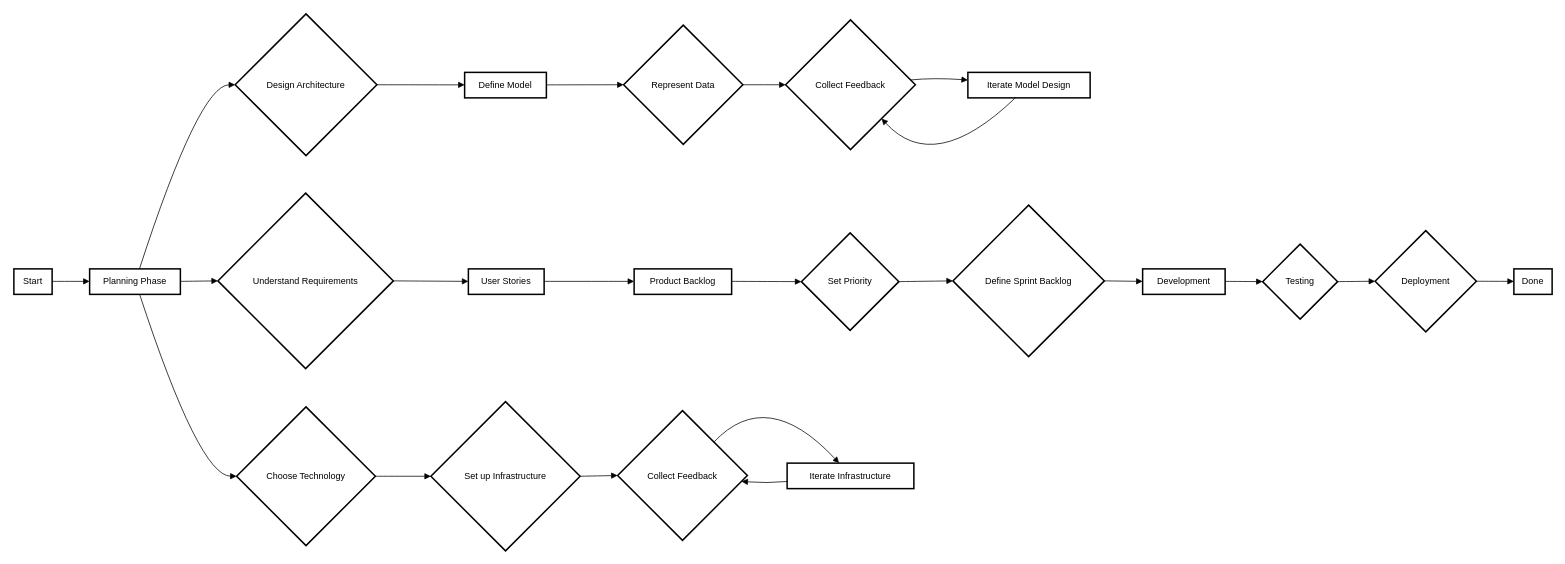
Before: Untitled Diagram.drawio in srvenu/Mini-Project, a draw.io diagram. Source tidied: cells renumbered, new cells numbered last; positions are measured from the earlier drawing's top-left corner, leaving out a move shared by most shapes. Both pictures are drawn from the tidied source at 75%, with x=0, y=0 at pixel (14, 14).
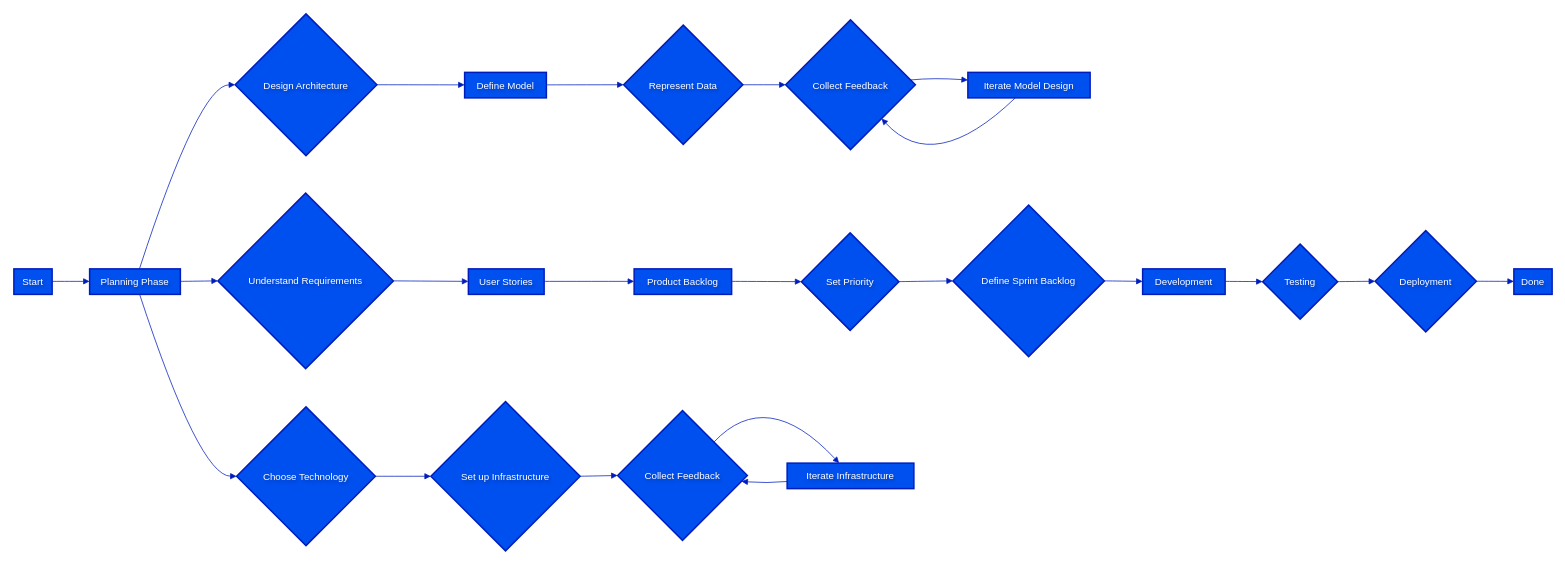
The same diagram, later.

The edit, as a diff of the source:
```diff
@@
-    <mxCell id="2" value="Start" style="whiteSpace=wrap;strokeWidth=2;" parent="1" vertex="1">
+    <mxCell id="2" value="Start" style="whiteSpace=wrap;strokeWidth=2;fillColor=#0050ef;strokeColor=#001DBC;fontColor=#ffffff;fontStyle=0;fontSize=13;textShadow=1;" parent="1" vertex="1">
       <mxGeometry y="340" width="51" height="34" as="geometry" />
     </mxCell>
-    <mxCell id="3" value="Planning Phase" style="whiteSpace=wrap;strokeWidth=2;" parent="1" vertex="1">
+    <mxCell id="3" value="Planning Phase" style="whiteSpace=wrap;strokeWidth=2;fillColor=#0050ef;strokeColor=#001DBC;fontColor=#ffffff;fontStyle=0;fontSize=13;textShadow=1;" parent="1" vertex="1">
       <mxGeometry x="101" y="340" width="121" height="34" as="geometry" />
     </mxCell>
-    <mxCell id="4" value="Understand Requirements" style="rhombus;strokeWidth=2;whiteSpace=wrap;" parent="1" vertex="1">
+    <mxCell id="4" value="Understand Requirements" style="rhombus;strokeWidth=2;whiteSpace=wrap;fillColor=#0050ef;strokeColor=#001DBC;fontColor=#ffffff;fontStyle=0;fontSize=13;textShadow=1;" parent="1" vertex="1">
       <mxGeometry x="272" y="239" width="234" height="234" as="geometry" />
     </mxCell>
-    <mxCell id="5" value="Design Architecture" style="rhombus;strokeWidth=2;whiteSpace=wrap;" parent="1" vertex="1">
+    <mxCell id="5" value="Design Architecture" style="rhombus;strokeWidth=2;whiteSpace=wrap;fillColor=#0050ef;strokeColor=#001DBC;fontColor=#ffffff;fontStyle=0;fontSize=13;textShadow=1;" parent="1" vertex="1">
       <mxGeometry x="295" width="189" height="189" as="geometry" />
     </mxCell>
-    <mxCell id="6" value="Choose Technology" style="rhombus;strokeWidth=2;whiteSpace=wrap;" parent="1" vertex="1">
+    <mxCell id="6" value="Choose Technology" style="rhombus;strokeWidth=2;whiteSpace=wrap;fillColor=#0050ef;strokeColor=#001DBC;fontColor=#ffffff;fontStyle=0;fontSize=13;textShadow=1;" parent="1" vertex="1">
       <mxGeometry x="297" y="524" width="185" height="185" as="geometry" />
     </mxCell>
-    <mxCell id="7" value="User Stories" style="whiteSpace=wrap;strokeWidth=2;" parent="1" vertex="1">
+    <mxCell id="7" value="User Stories" style="whiteSpace=wrap;strokeWidth=2;fillColor=#0050ef;strokeColor=#001DBC;fontColor=#ffffff;fontStyle=0;fontSize=13;textShadow=1;" parent="1" vertex="1">
       <mxGeometry x="606" y="340" width="101" height="34" as="geometry" />
     </mxCell>
-    <mxCell id="8" value="Product Backlog" style="whiteSpace=wrap;strokeWidth=2;" parent="1" vertex="1">
+    <mxCell id="8" value="Product Backlog" style="whiteSpace=wrap;strokeWidth=2;fillColor=#0050ef;strokeColor=#001DBC;fontColor=#ffffff;fontStyle=0;fontSize=13;textShadow=1;" parent="1" vertex="1">
       <mxGeometry x="827" y="340" width="130" height="34" as="geometry" />
     </mxCell>
-    <mxCell id="9" value="Set Priority" style="rhombus;strokeWidth=2;whiteSpace=wrap;" parent="1" vertex="1">
+    <mxCell id="9" value="Set Priority" style="rhombus;strokeWidth=2;whiteSpace=wrap;fillColor=#0050ef;strokeColor=#001DBC;fontColor=#ffffff;fontStyle=0;fontSize=13;textShadow=1;" parent="1" vertex="1">
       <mxGeometry x="1050" y="292" width="130" height="130" as="geometry" />
     </mxCell>
-    <mxCell id="10" value="Define Model" style="whiteSpace=wrap;strokeWidth=2;" parent="1" vertex="1">
+    <mxCell id="10" value="Define Model" style="whiteSpace=wrap;strokeWidth=2;fillColor=#0050ef;strokeColor=#001DBC;fontColor=#ffffff;fontStyle=0;fontSize=13;textShadow=1;" parent="1" vertex="1">
       <mxGeometry x="601" y="78" width="109" height="34" as="geometry" />
     </mxCell>
-    <mxCell id="11" value="Represent Data" style="rhombus;strokeWidth=2;whiteSpace=wrap;" parent="1" vertex="1">
+    <mxCell id="11" value="Represent Data" style="rhombus;strokeWidth=2;whiteSpace=wrap;fillColor=#0050ef;strokeColor=#001DBC;fontColor=#ffffff;fontStyle=0;fontSize=13;textShadow=1;" parent="1" vertex="1">
       <mxGeometry x="813" y="15" width="159" height="159" as="geometry" />
     </mxCell>
-    <mxCell id="12" value="Collect Feedback" style="rhombus;strokeWidth=2;whiteSpace=wrap;" parent="1" vertex="1">
+    <mxCell id="12" value="Collect Feedback" style="rhombus;strokeWidth=2;whiteSpace=wrap;fillColor=#0050ef;strokeColor=#001DBC;fontColor=#ffffff;fontStyle=0;fontSize=13;textShadow=1;" parent="1" vertex="1">
       <mxGeometry x="1029" y="8" width="173" height="173" as="geometry" />
     </mxCell>
-    <mxCell id="13" value="Iterate Model Design" style="whiteSpace=wrap;strokeWidth=2;" parent="1" vertex="1">
+    <mxCell id="13" value="Iterate Model Design" style="whiteSpace=wrap;strokeWidth=2;fillColor=#0050ef;strokeColor=#001DBC;fontColor=#ffffff;fontStyle=0;fontSize=13;textShadow=1;" parent="1" vertex="1">
       <mxGeometry x="1272" y="78" width="163" height="34" as="geometry" />
     </mxCell>
-    <mxCell id="14" value="Set up Infrastructure" style="rhombus;strokeWidth=2;whiteSpace=wrap;" parent="1" vertex="1">
+    <mxCell id="14" value="Set up Infrastructure" style="rhombus;strokeWidth=2;whiteSpace=wrap;fillColor=#0050ef;strokeColor=#001DBC;fontColor=#ffffff;fontStyle=0;fontSize=13;textShadow=1;" parent="1" vertex="1">
       <mxGeometry x="556" y="517" width="199" height="199" as="geometry" />
     </mxCell>
-    <mxCell id="15" value="Collect Feedback" style="rhombus;strokeWidth=2;whiteSpace=wrap;" parent="1" vertex="1">
+    <mxCell id="15" value="Collect Feedback" style="rhombus;strokeWidth=2;whiteSpace=wrap;fillColor=#0050ef;strokeColor=#001DBC;fontColor=#ffffff;fontStyle=0;fontSize=13;textShadow=1;" parent="1" vertex="1">
       <mxGeometry x="805" y="529" width="173" height="173" as="geometry" />
     </mxCell>
-    <mxCell id="16" value="Iterate Infrastructure" style="whiteSpace=wrap;strokeWidth=2;" parent="1" vertex="1">
+    <mxCell id="16" value="Iterate Infrastructure" style="whiteSpace=wrap;strokeWidth=2;fillColor=#0050ef;strokeColor=#001DBC;fontColor=#ffffff;fontStyle=0;fontSize=13;textShadow=1;" parent="1" vertex="1">
       <mxGeometry x="1031" y="599" width="169" height="34" as="geometry" />
     </mxCell>
-    <mxCell id="17" value="Define Sprint Backlog" style="rhombus;strokeWidth=2;whiteSpace=wrap;" parent="1" vertex="1">
+    <mxCell id="17" value="Define Sprint Backlog" style="rhombus;strokeWidth=2;whiteSpace=wrap;fillColor=#0050ef;strokeColor=#001DBC;fontColor=#ffffff;fontStyle=0;fontSize=13;textShadow=1;" parent="1" vertex="1">
       <mxGeometry x="1252" y="255" width="202" height="202" as="geometry" />
     </mxCell>
-    <mxCell id="18" value="Development" style="whiteSpace=wrap;strokeWidth=2;" parent="1" vertex="1">
+    <mxCell id="18" value="Development" style="whiteSpace=wrap;strokeWidth=2;fillColor=#0050ef;strokeColor=#001DBC;fontColor=#ffffff;fontStyle=0;fontSize=13;textShadow=1;" parent="1" vertex="1">
       <mxGeometry x="1505" y="340" width="110" height="34" as="geometry" />
     </mxCell>
-    <mxCell id="19" value="Testing" style="rhombus;strokeWidth=2;whiteSpace=wrap;" parent="1" vertex="1">
+    <mxCell id="19" value="Testing" style="rhombus;strokeWidth=2;whiteSpace=wrap;fillColor=#0050ef;strokeColor=#001DBC;fontColor=#ffffff;fontStyle=0;fontSize=13;textShadow=1;" parent="1" vertex="1">
       <mxGeometry x="1665" y="307" width="100" height="100" as="geometry" />
     </mxCell>
-    <mxCell id="20" value="Deployment" style="rhombus;strokeWidth=2;whiteSpace=wrap;" parent="1" vertex="1">
+    <mxCell id="20" value="Deployment" style="rhombus;strokeWidth=2;whiteSpace=wrap;fillColor=#0050ef;strokeColor=#001DBC;fontColor=#ffffff;fontStyle=0;fontSize=13;textShadow=1;" parent="1" vertex="1">
       <mxGeometry x="1815" y="289" width="135" height="135" as="geometry" />
     </mxCell>
-    <mxCell id="21" value="Done" style="whiteSpace=wrap;strokeWidth=2;" parent="1" vertex="1">
+    <mxCell id="21" value="Done" style="whiteSpace=wrap;strokeWidth=2;fillColor=#0050ef;strokeColor=#001DBC;fontColor=#ffffff;fontStyle=0;fontSize=13;textShadow=1;" parent="1" vertex="1">
       <mxGeometry x="2000" y="340" width="51" height="34" as="geometry" />
     </mxCell>
-    <mxCell id="22" style="curved=1;startArrow=none;endArrow=block;exitX=0.99;exitY=0.49;entryX=0;entryY=0.49;" parent="1" edge="1" source="2" target="3">
+    <mxCell id="22" style="curved=1;startArrow=none;endArrow=block;exitX=0.99;exitY=0.49;entryX=0;entryY=0.49;fillColor=#0050ef;strokeColor=#001DBC;fontStyle=0;fontSize=13;fontColor=#ffffff;textShadow=1;" parent="1" edge="1" source="2" target="3">
       <mxGeometry relative="1" as="geometry" />
     </mxCell>
-    <mxCell id="23" style="curved=1;startArrow=none;endArrow=block;exitX=1;exitY=0.49;entryX=0;entryY=0.5;" parent="1" edge="1" source="3" target="4">
+    <mxCell id="23" style="curved=1;startArrow=none;endArrow=block;exitX=1;exitY=0.49;entryX=0;entryY=0.5;fillColor=#0050ef;strokeColor=#001DBC;fontStyle=0;fontSize=13;fontColor=#ffffff;textShadow=1;" parent="1" edge="1" source="3" target="4">
       <mxGeometry relative="1" as="geometry" />
     </mxCell>
-    <mxCell id="24" style="curved=1;startArrow=none;endArrow=block;exitX=0.55;exitY=-0.01;entryX=0;entryY=0.5;" parent="1" edge="1" source="3" target="5">
+    <mxCell id="24" style="curved=1;startArrow=none;endArrow=block;exitX=0.55;exitY=-0.01;entryX=0;entryY=0.5;fillColor=#0050ef;strokeColor=#001DBC;fontStyle=0;fontSize=13;fontColor=#ffffff;textShadow=1;" parent="1" edge="1" source="3" target="5">
       <mxGeometry relative="1" as="geometry">
         <Array as="points">
           <mxPoint x="247" y="95" />
         </Array>
       </mxGeometry>
     </mxCell>
-    <mxCell id="25" style="curved=1;startArrow=none;endArrow=block;exitX=0.55;exitY=0.99;entryX=0;entryY=0.5;" parent="1" edge="1" source="3" target="6">
+    <mxCell id="25" style="curved=1;startArrow=none;endArrow=block;exitX=0.55;exitY=0.99;entryX=0;entryY=0.5;fillColor=#0050ef;strokeColor=#001DBC;fontStyle=0;fontSize=13;fontColor=#ffffff;textShadow=1;" parent="1" edge="1" source="3" target="6">
       <mxGeometry relative="1" as="geometry">
         <Array as="points">
           <mxPoint x="247" y="616" />
         </Array>
       </mxGeometry>
     </mxCell>
-    <mxCell id="26" style="curved=1;startArrow=none;endArrow=block;exitX=1;exitY=0.5;entryX=0;entryY=0.49;" parent="1" edge="1" source="4" target="7">
+    <mxCell id="26" style="curved=1;startArrow=none;endArrow=block;exitX=1;exitY=0.5;entryX=0;entryY=0.49;fillColor=#0050ef;strokeColor=#001DBC;fontStyle=0;fontSize=13;fontColor=#ffffff;textShadow=1;" parent="1" edge="1" source="4" target="7">
       <mxGeometry relative="1" as="geometry" />
     </mxCell>
-    <mxCell id="27" style="curved=1;startArrow=none;endArrow=block;exitX=0.99;exitY=0.49;entryX=0;entryY=0.49;" parent="1" edge="1" source="7" target="8">
+    <mxCell id="27" style="curved=1;startArrow=none;endArrow=block;exitX=0.99;exitY=0.49;entryX=0;entryY=0.49;fillColor=#0050ef;strokeColor=#001DBC;fontStyle=0;fontSize=13;fontColor=#ffffff;textShadow=1;" parent="1" edge="1" source="7" target="8">
       <mxGeometry relative="1" as="geometry" />
     </mxCell>
-    <mxCell id="28" style="curved=1;startArrow=none;endArrow=block;exitX=1;exitY=0.49;entryX=0;entryY=0.5;" parent="1" edge="1" source="8" target="9">
+    <mxCell id="28" style="curved=1;startArrow=none;endArrow=block;exitX=1;exitY=0.49;entryX=0;entryY=0.5;fillColor=#0050ef;strokeColor=#001DBC;fontStyle=0;fontSize=13;fontColor=#ffffff;textShadow=1;" parent="1" edge="1" source="8" target="9">
       <mxGeometry relative="1" as="geometry" />
     </mxCell>
-    <mxCell id="29" style="curved=1;startArrow=none;endArrow=block;exitX=1;exitY=0.5;entryX=0;entryY=0.49;" parent="1" edge="1" source="5" target="10">
+    <mxCell id="29" style="curved=1;startArrow=none;endArrow=block;exitX=1;exitY=0.5;entryX=0;entryY=0.49;fillColor=#0050ef;strokeColor=#001DBC;fontStyle=0;fontSize=13;fontColor=#ffffff;textShadow=1;" parent="1" edge="1" source="5" target="10">
       <mxGeometry relative="1" as="geometry" />
     </mxCell>
-    <mxCell id="30" style="curved=1;startArrow=none;endArrow=block;exitX=1;exitY=0.49;entryX=0;entryY=0.5;" parent="1" edge="1" source="10" target="11">
+    <mxCell id="30" style="curved=1;startArrow=none;endArrow=block;exitX=1;exitY=0.49;entryX=0;entryY=0.5;fillColor=#0050ef;strokeColor=#001DBC;fontStyle=0;fontSize=13;fontColor=#ffffff;textShadow=1;" parent="1" edge="1" source="10" target="11">
       <mxGeometry relative="1" as="geometry" />
     </mxCell>
-    <mxCell id="31" style="curved=1;startArrow=none;endArrow=block;exitX=1;exitY=0.5;entryX=0;entryY=0.5;" parent="1" edge="1" source="11" target="12">
+    <mxCell id="31" style="curved=1;startArrow=none;endArrow=block;exitX=1;exitY=0.5;entryX=0;entryY=0.5;fillColor=#0050ef;strokeColor=#001DBC;fontStyle=0;fontSize=13;fontColor=#ffffff;textShadow=1;" parent="1" edge="1" source="11" target="12">
       <mxGeometry relative="1" as="geometry" />
     </mxCell>
-    <mxCell id="32" style="curved=1;startArrow=none;endArrow=block;exitX=1;exitY=0.46;entryX=0;entryY=0.3;" parent="1" edge="1" source="12" target="13">
+    <mxCell id="32" style="curved=1;startArrow=none;endArrow=block;exitX=1;exitY=0.46;entryX=0;entryY=0.3;fillColor=#0050ef;strokeColor=#001DBC;fontStyle=0;fontSize=13;fontColor=#ffffff;textShadow=1;" parent="1" edge="1" source="12" target="13">
       <mxGeometry relative="1" as="geometry">
         <Array as="points">
           <mxPoint x="1227" y="85" />
         </Array>
       </mxGeometry>
     </mxCell>
-    <mxCell id="33" style="curved=1;startArrow=none;endArrow=block;exitX=1;exitY=0.5;entryX=0;entryY=0.5;" parent="1" edge="1" source="6" target="14">
+    <mxCell id="33" style="curved=1;startArrow=none;endArrow=block;exitX=1;exitY=0.5;entryX=0;entryY=0.5;fillColor=#0050ef;strokeColor=#001DBC;fontStyle=0;fontSize=13;fontColor=#ffffff;textShadow=1;" parent="1" edge="1" source="6" target="14">
       <mxGeometry relative="1" as="geometry" />
     </mxCell>
-    <mxCell id="34" style="curved=1;startArrow=none;endArrow=block;exitX=1;exitY=0.5;entryX=0;entryY=0.5;" parent="1" edge="1" source="14" target="15">
+    <mxCell id="34" style="curved=1;startArrow=none;endArrow=block;exitX=1;exitY=0.5;entryX=0;entryY=0.5;fillColor=#0050ef;strokeColor=#001DBC;fontStyle=0;fontSize=13;fontColor=#ffffff;textShadow=1;" parent="1" edge="1" source="14" target="15">
       <mxGeometry relative="1" as="geometry" />
     </mxCell>
-    <mxCell id="35" style="curved=1;startArrow=none;endArrow=block;exitX=0.97;exitY=0;entryX=0.41;entryY=0;" parent="1" edge="1" source="15" target="16">
+    <mxCell id="35" style="curved=1;startArrow=none;endArrow=block;exitX=0.97;exitY=0;entryX=0.41;entryY=0;fillColor=#0050ef;strokeColor=#001DBC;fontStyle=0;fontSize=13;fontColor=#ffffff;textShadow=1;" parent="1" edge="1" source="15" target="16">
       <mxGeometry relative="1" as="geometry">
         <Array as="points">
           <mxPoint x="1004" y="496" />
         </Array>
       </mxGeometry>
     </mxCell>
-    <mxCell id="36" style="curved=1;startArrow=none;endArrow=block;exitX=1;exitY=0.5;entryX=0;entryY=0.5;" parent="1" edge="1" source="9" target="17">
+    <mxCell id="36" style="curved=1;startArrow=none;endArrow=block;exitX=1;exitY=0.5;entryX=0;entryY=0.5;fillColor=#0050ef;strokeColor=#001DBC;fontStyle=0;fontSize=13;fontColor=#ffffff;textShadow=1;" parent="1" edge="1" source="9" target="17">
       <mxGeometry relative="1" as="geometry" />
     </mxCell>
-    <mxCell id="37" style="curved=1;startArrow=none;endArrow=block;exitX=1;exitY=0.5;entryX=0;entryY=0.49;" parent="1" edge="1" source="17" target="18">
+    <mxCell id="37" style="curved=1;startArrow=none;endArrow=block;exitX=1;exitY=0.5;entryX=0;entryY=0.49;fillColor=#0050ef;strokeColor=#001DBC;fontStyle=0;fontSize=13;fontColor=#ffffff;textShadow=1;" parent="1" edge="1" source="17" target="18">
       <mxGeometry relative="1" as="geometry" />
     </mxCell>
-    <mxCell id="38" style="curved=1;startArrow=none;endArrow=block;exitX=1;exitY=0.49;entryX=0;entryY=0.5;" parent="1" edge="1" source="18" target="19">
+    <mxCell id="38" style="curved=1;startArrow=none;endArrow=block;exitX=1;exitY=0.49;entryX=0;entryY=0.5;fillColor=#0050ef;strokeColor=#001DBC;fontStyle=0;fontSize=13;fontColor=#ffffff;textShadow=1;" parent="1" edge="1" source="18" target="19">
       <mxGeometry relative="1" as="geometry" />
     </mxCell>
-    <mxCell id="39" style="curved=1;startArrow=none;endArrow=block;exitX=1;exitY=0.5;entryX=0;entryY=0.5;" parent="1" edge="1" source="19" target="20">
+    <mxCell id="39" style="curved=1;startArrow=none;endArrow=block;exitX=1;exitY=0.5;entryX=0;entryY=0.5;fillColor=#0050ef;strokeColor=#001DBC;fontStyle=0;fontSize=13;fontColor=#ffffff;textShadow=1;" parent="1" edge="1" source="19" target="20">
       <mxGeometry relative="1" as="geometry" />
     </mxCell>
-    <mxCell id="40" style="curved=1;startArrow=none;endArrow=block;exitX=0.39;exitY=0.99;entryX=0.96;entryY=1;" parent="1" edge="1" source="13" target="12">
+    <mxCell id="40" style="curved=1;startArrow=none;endArrow=block;exitX=0.39;exitY=0.99;entryX=0.96;entryY=1;fillColor=#0050ef;strokeColor=#001DBC;fontStyle=0;fontSize=13;fontColor=#ffffff;textShadow=1;" parent="1" edge="1" source="13" target="12">
       <mxGeometry relative="1" as="geometry">
         <Array as="points">
           <mxPoint x="1227" y="216" />
         </Array>
       </mxGeometry>
     </mxCell>
-    <mxCell id="41" style="curved=1;startArrow=none;endArrow=block;exitX=0;exitY=0.72;entryX=1;entryY=0.55;" parent="1" edge="1" source="16" target="15">
+    <mxCell id="41" style="curved=1;startArrow=none;endArrow=block;exitX=0;exitY=0.72;entryX=1;entryY=0.55;fillColor=#0050ef;strokeColor=#001DBC;fontStyle=0;fontSize=13;fontColor=#ffffff;textShadow=1;" parent="1" edge="1" source="16" target="15">
       <mxGeometry relative="1" as="geometry">
         <Array as="points">
           <mxPoint x="1004" y="626" />
         </Array>
       </mxGeometry>
     </mxCell>
-    <mxCell id="42" style="curved=1;startArrow=none;endArrow=block;exitX=1;exitY=0.5;entryX=0;entryY=0.49;" parent="1" edge="1" source="20" target="21">
+    <mxCell id="42" style="curved=1;startArrow=none;endArrow=block;exitX=1;exitY=0.5;entryX=0;entryY=0.49;fillColor=#0050ef;strokeColor=#001DBC;fontStyle=0;fontSize=13;fontColor=#ffffff;textShadow=1;" parent="1" edge="1" source="20" target="21">
       <mxGeometry relative="1" as="geometry" />
     </mxCell>
```
